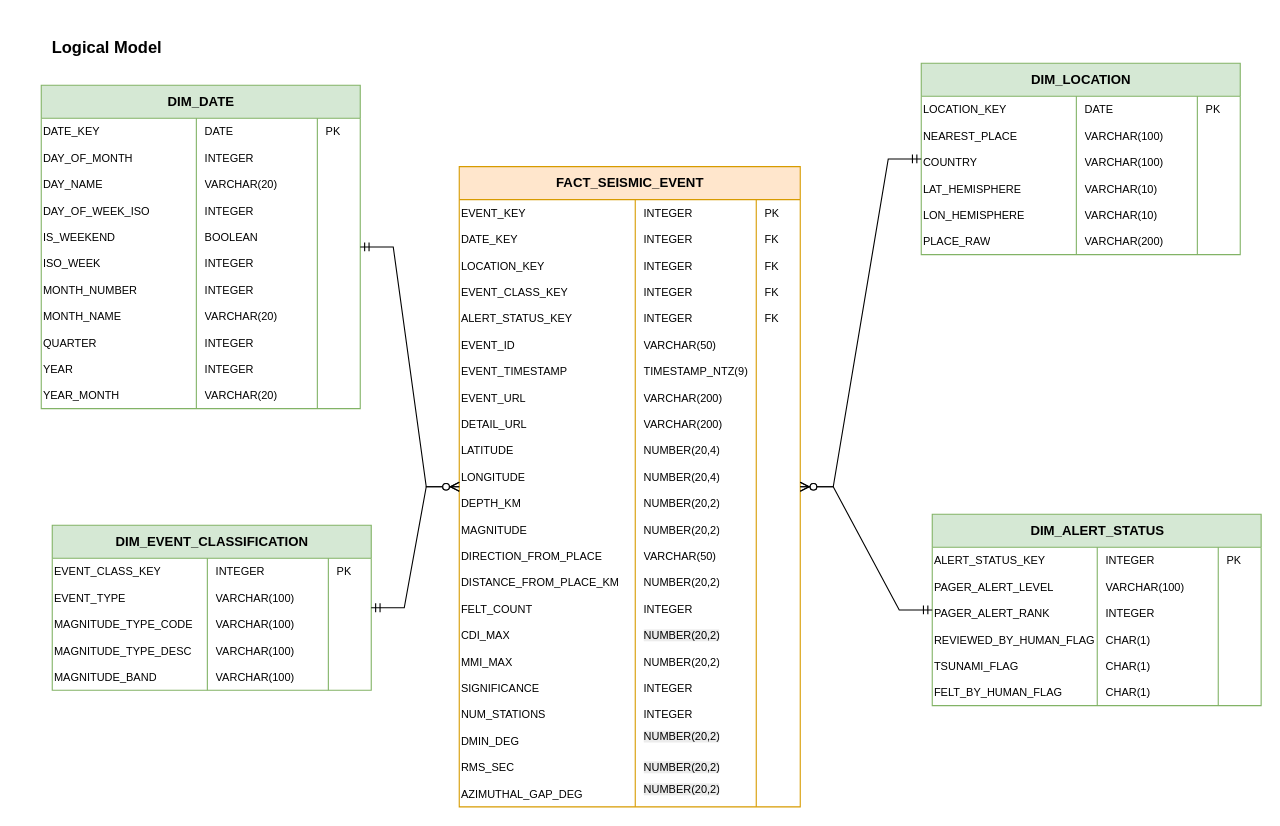
The draw.io diagram page "logical" (2 of 3) of docs/earthquake_model.drawio in escoates1/snowflake_sandbox, before the edit. Source tidied: cells renumbered, new cells numbered last; positions are measured from the earlier drawing's top-left corner, leaving out a move shared by most shapes. Both pictures are drawn from the tidied source at 110%, with x=0, y=0 at pixel (19, 19).
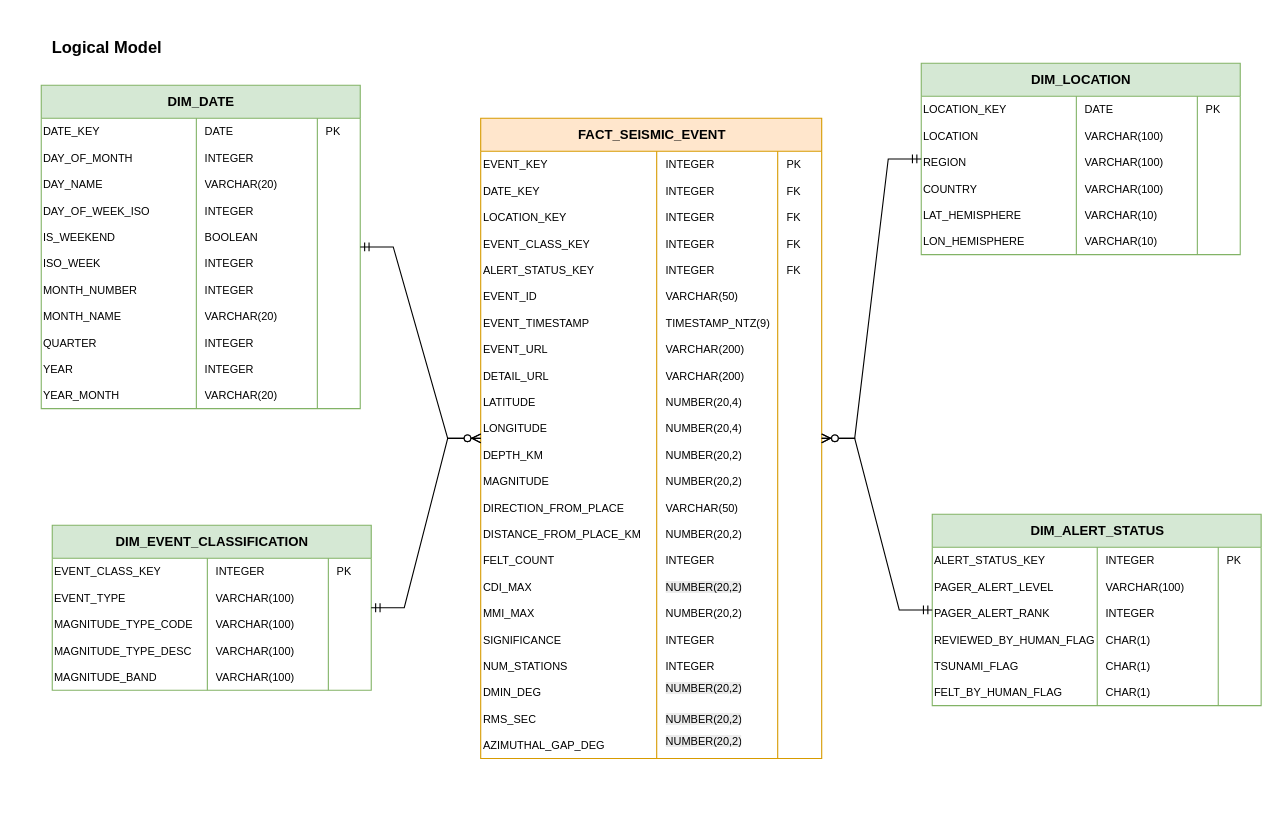
After the change.

The change refers to these unchanged cells:
```xml
<mxCell id="48" value="DIM_LOCATION" style="shape=table;startSize=30;childLayout=tableLayout;rowLines=0;fontStyle=1;align=center;html=1;points=[[0,0,0,0,0],[0,0.25,0,0,0],[0,0.5,0,0,0],[0,0.75,0,0,0],[0,1,0,0,0],[0.25,0,0,0,0],[0.25,1,0,0,0],[0.5,0,0,0,0],[0.5,1,0,0,0],[0.75,0,0,0,0],[0.75,1,0,0,0],[1,0,0,0,0],[1,0.25,0,0,0],[1,0.5,0,0,0],[1,0.75,0,0,0],[1,1,0,0,0]];fillColor=#d5e8d4;strokeColor=#82b366;fontSize=12;" parent="1" vertex="1">
  <mxGeometry x="820" y="40" width="290" height="174" as="geometry" />
</mxCell>
```

The edit, as a diff of the source:
```diff
@@
+    <mxCell id="216" style="shape=tableRow;horizontal=0;startSize=0;swimlaneHead=0;swimlaneBody=0;fillColor=none;top=0;left=0;right=0;bottom=0;" parent="48" vertex="1">
+      <mxGeometry y="54" width="290" height="24" as="geometry" />
+    </mxCell>
+    <mxCell id="217" value="LOCATION" style="shape=partialRectangle;fillColor=none;top=0;left=0;bottom=0;right=0;overflow=hidden;whiteSpace=wrap;html=1;fontSize=10;align=left;" parent="216" vertex="1">
+      <mxGeometry width="141" height="24" as="geometry" />
+    </mxCell>
+    <mxCell id="218" value="VARCHAR(100)" style="shape=partialRectangle;fillColor=none;top=0;left=0;bottom=0;right=0;align=left;spacingLeft=6;overflow=hidden;whiteSpace=wrap;html=1;fontSize=10;" parent="216" vertex="1">
+      <mxGeometry x="141" width="110" height="24" as="geometry" />
+    </mxCell>
+    <mxCell id="72" style="shape=partialRectangle;fillColor=none;top=0;left=0;bottom=0;right=0;align=left;spacingLeft=6;overflow=hidden;whiteSpace=wrap;html=1;fontSize=10;" parent="216" vertex="1">
+      <mxGeometry x="251" width="39" height="24" as="geometry" />
+    </mxCell>
     <mxCell id="53" style="shape=tableRow;horizontal=0;startSize=0;swimlaneHead=0;swimlaneBody=0;fillColor=none;top=0;left=0;right=0;bottom=0;" parent="48" vertex="1">
-      <mxGeometry y="54" width="290" height="24" as="geometry" />
+      <mxGeometry y="78" width="290" height="24" as="geometry" />
     </mxCell>
-    <mxCell id="54" value="NEAREST_PLACE" style="shape=partialRectangle;fillColor=none;top=0;left=0;bottom=0;right=0;overflow=hidden;whiteSpace=wrap;html=1;fontSize=10;align=left;" parent="53" vertex="1">
+    <mxCell id="54" value="REGION" style="shape=partialRectangle;fillColor=none;top=0;left=0;bottom=0;right=0;overflow=hidden;whiteSpace=wrap;html=1;fontSize=10;align=left;" parent="53" vertex="1">
       <mxGeometry width="141" height="24" as="geometry" />
     </mxCell>
@@
     <mxCell id="57" style="shape=tableRow;horizontal=0;startSize=0;swimlaneHead=0;swimlaneBody=0;fillColor=none;top=0;left=0;right=0;bottom=0;" parent="48" vertex="1">
-      <mxGeometry y="78" width="290" height="24" as="geometry" />
+      <mxGeometry y="102" width="290" height="24" as="geometry" />
     </mxCell>
@@
     <mxCell id="61" style="shape=tableRow;horizontal=0;startSize=0;swimlaneHead=0;swimlaneBody=0;fillColor=none;top=0;left=0;right=0;bottom=0;" parent="48" vertex="1">
-      <mxGeometry y="102" width="290" height="24" as="geometry" />
+      <mxGeometry y="126" width="290" height="24" as="geometry" />
     </mxCell>
@@
     <mxCell id="65" style="shape=tableRow;horizontal=0;startSize=0;swimlaneHead=0;swimlaneBody=0;fillColor=none;top=0;left=0;right=0;bottom=0;" parent="48" vertex="1">
-      <mxGeometry y="126" width="290" height="24" as="geometry" />
+      <mxGeometry y="150" width="290" height="24" as="geometry" />
     </mxCell>
@@
-    <mxCell id="69" style="shape=tableRow;horizontal=0;startSize=0;swimlaneHead=0;swimlaneBody=0;fillColor=none;top=0;left=0;right=0;bottom=0;" parent="48" vertex="1">
-      <mxGeometry y="150" width="290" height="24" as="geometry" />
-    </mxCell>
-    <mxCell id="70" value="PLACE_RAW" style="shape=partialRectangle;fillColor=none;top=0;left=0;bottom=0;right=0;overflow=hidden;whiteSpace=wrap;html=1;fontSize=10;align=left;" parent="69" vertex="1">
-      <mxGeometry width="141" height="24" as="geometry" />
-    </mxCell>
-    <mxCell id="71" value="VARCHAR(200)" style="shape=partialRectangle;fillColor=none;top=0;left=0;bottom=0;right=0;align=left;spacingLeft=6;overflow=hidden;whiteSpace=wrap;html=1;fontSize=10;" parent="69" vertex="1">
-      <mxGeometry x="141" width="110" height="24" as="geometry" />
-    </mxCell>
-    <mxCell id="72" style="shape=partialRectangle;fillColor=none;top=0;left=0;bottom=0;right=0;align=left;spacingLeft=6;overflow=hidden;whiteSpace=wrap;html=1;fontSize=10;" parent="69" vertex="1">
-      <mxGeometry x="251" width="39" height="24" as="geometry" />
-    </mxCell>
     <mxCell id="73" value="FACT_SEISMIC_EVENT" style="shape=table;startSize=30;childLayout=tableLayout;rowLines=0;fontStyle=1;align=center;html=1;points=[[0,0,0,0,0],[0,0.25,0,0,0],[0,0.5,0,0,0],[0,0.75,0,0,0],[0,1,0,0,0],[0.25,0,0,0,0],[0.25,1,0,0,0],[0.5,0,0,0,0],[0.5,1,0,0,0],[0.75,0,0,0,0],[0.75,1,0,0,0],[1,0,0,0,0],[1,0.25,0,0,0],[1,0.5,0,0,0],[1,0.75,0,0,0],[1,1,0,0,0]];fillColor=#ffe6cc;strokeColor=#d79b00;fontSize=12;" parent="1" vertex="1">
-      <mxGeometry x="400" y="134" width="310" height="582" as="geometry" />
+      <mxGeometry x="419.5" y="90" width="310" height="582" as="geometry" />
     </mxCell>
```
